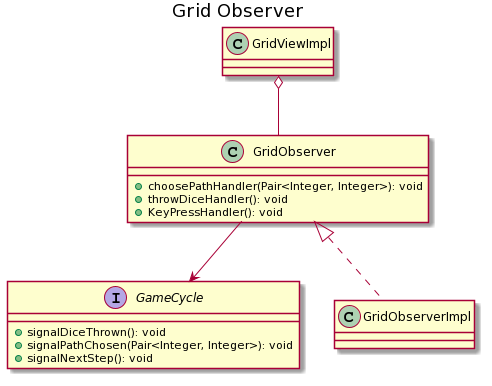
RiccardoSquarcialupi/oop19-dpg keeps this PlantUML diagram as doc/Relazione/images/miriana/grid_observer.png. Above is the earlier version.
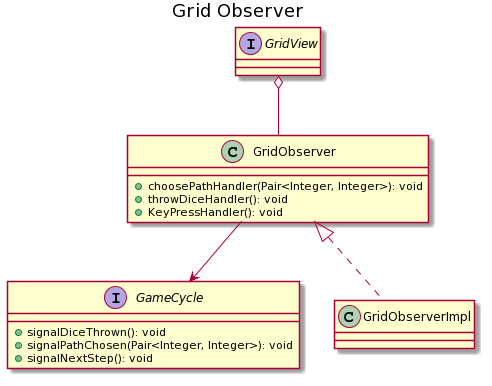
Above is the later version.

Commit message:
fixed Grid umls; fixed documentation in "Relazione.tex"

The edit, as a diff of the source:
```diff
@@ -1,25 +1,25 @@
 @startuml
 title Grid Observer
 
-class GridViewImpl {
+interface GridView {
 }
 
 interface GridObserver {
-+choosePathHandler(Pair<Integer, Integer>): void
-+throwDiceHandler(): void
-+KeyPressHandler(): void
+    +choosePathHandler(Pair<Integer, Integer>): void
+    +throwDiceHandler(): void
+    +KeyPressHandler(): void
 }
 
 class GridObserver {
 }
 
 interface GameCycle {
-+signalDiceThrown(): void
-+signalPathChosen(Pair<Integer, Integer>): void
-+signalNextStep(): void
+    +signalDiceThrown(): void
+    +signalPathChosen(Pair<Integer, Integer>): void
+    +signalNextStep(): void
 }
 
-GridViewImpl o-- GridObserver
+GridView o-- GridObserver
 GridObserver <|.. GridObserverImpl
 GridObserver --> GameCycle
 @enduml
```
